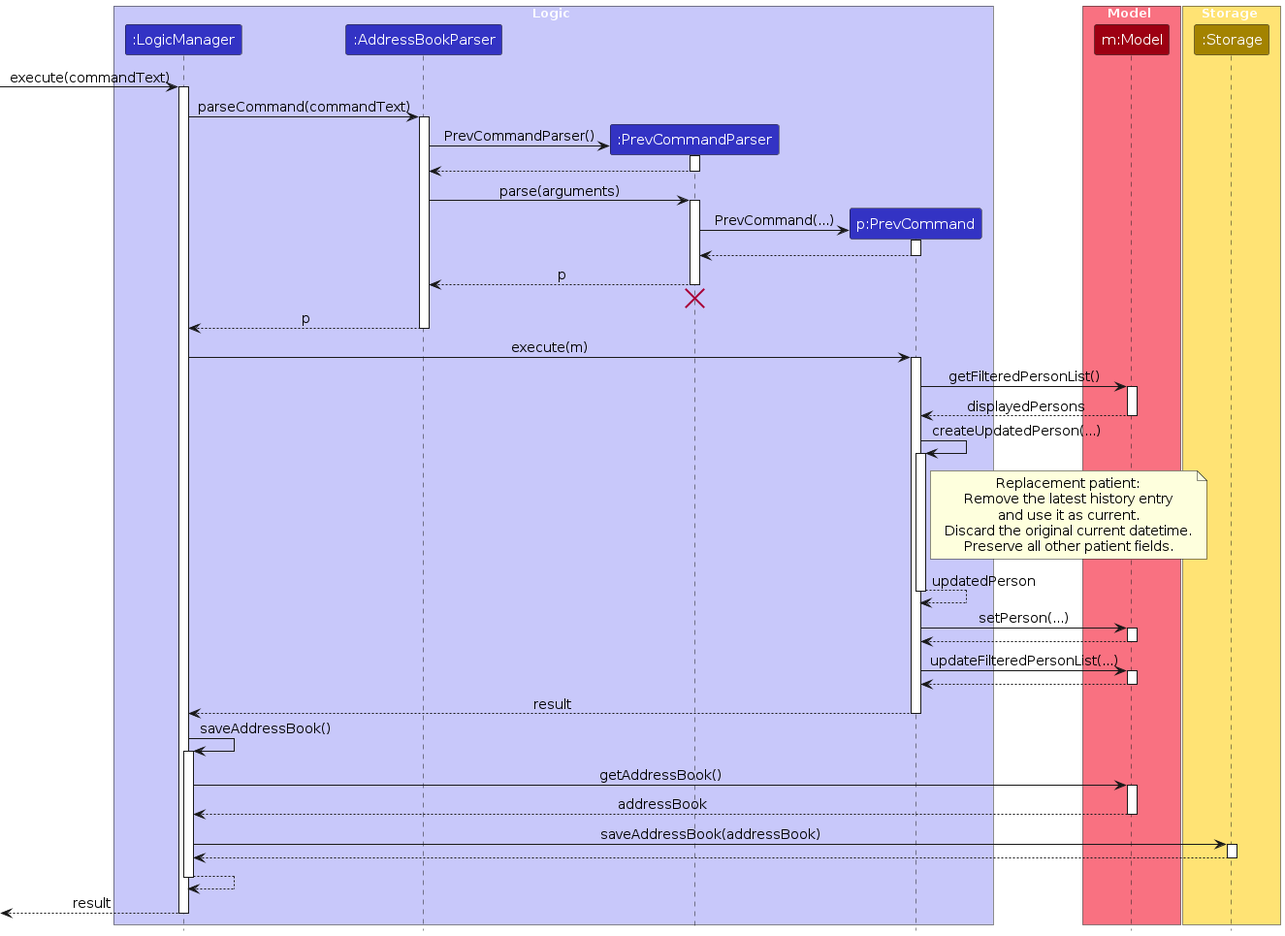
Before: diagrams/PrevSequenceDiagram.png, a diagram exported from PlantUML (AY2627S1-CS2103T-T09-4/tp). Its source is kept beside it as diagrams/PrevSequenceDiagram.puml. The source it was exported from:
```plantuml
@startuml
!include style.puml
skinparam ArrowFontStyle plain

skinparam ParticipantPadding 6
skinparam Participant {
  FontSize 15
  Padding 8
}
skinparam Sequence {
  ArrowFontSize 14
  ParticipantFontSize 15
}
skinparam Note {
  FontSize 14
}

box Logic LOGIC_COLOR_T1
participant ":LogicManager" as LogicManager LOGIC_COLOR
participant ":AddressBookParser" as AddressBookParser LOGIC_COLOR
participant ":PrevCommandParser" as PrevCommandParser LOGIC_COLOR
participant "p:PrevCommand" as PrevCommand LOGIC_COLOR
end box

box Model MODEL_COLOR_T1
participant "m:Model" as Model MODEL_COLOR
end box

box Storage STORAGE_COLOR_T1
participant ":Storage" as Storage STORAGE_COLOR
end box

[-> LogicManager : execute(commandText)
activate LogicManager

LogicManager -> AddressBookParser : parseCommand(commandText)
activate AddressBookParser

create PrevCommandParser
AddressBookParser -> PrevCommandParser : PrevCommandParser()
activate PrevCommandParser
PrevCommandParser --> AddressBookParser
deactivate PrevCommandParser

AddressBookParser -> PrevCommandParser : parse(arguments)
activate PrevCommandParser

create PrevCommand
PrevCommandParser -> PrevCommand : PrevCommand(...)
activate PrevCommand

PrevCommand --> PrevCommandParser
deactivate PrevCommand

PrevCommandParser --> AddressBookParser : p
deactivate PrevCommandParser

PrevCommandParser -[hidden]-> AddressBookParser
destroy PrevCommandParser

AddressBookParser --> LogicManager : p
deactivate AddressBookParser

LogicManager -> PrevCommand : execute(m)
activate PrevCommand

PrevCommand -> Model : getFilteredPersonList()
activate Model
Model --> PrevCommand : displayedPersons
deactivate Model

PrevCommand -> PrevCommand : createUpdatedPerson(...)
activate PrevCommand
note right of PrevCommand
  Replacement patient:
  Remove the latest history entry
  and use it as current.
  Discard the original current datetime.
  Preserve all other patient fields.
end note
PrevCommand --> PrevCommand : updatedPerson
deactivate PrevCommand

PrevCommand -> Model : setPerson(...)
activate Model
Model --> PrevCommand
deactivate Model

PrevCommand -> Model : updateFilteredPersonList(...)
activate Model
Model --> PrevCommand
deactivate Model

PrevCommand --> LogicManager : result
deactivate PrevCommand

LogicManager -> LogicManager : saveAddressBook()
activate LogicManager
LogicManager -> Model : getAddressBook()
activate Model
Model --> LogicManager : addressBook
deactivate Model

LogicManager -> Storage : saveAddressBook(addressBook)
activate Storage
Storage --> LogicManager
deactivate Storage

LogicManager --> LogicManager
deactivate LogicManager

[<--LogicManager : result
deactivate LogicManager
@enduml
```
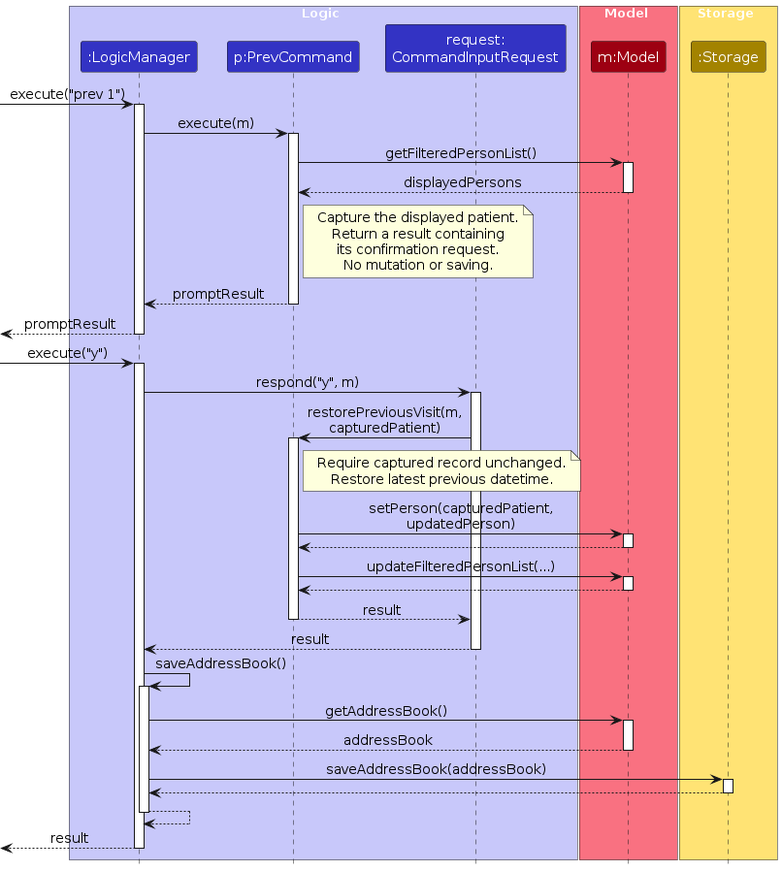
After the change.

Diff of the diagram source:
```diff
@@ -17,9 +17,8 @@
 
 box Logic LOGIC_COLOR_T1
 participant ":LogicManager" as LogicManager LOGIC_COLOR
-participant ":AddressBookParser" as AddressBookParser LOGIC_COLOR
-participant ":PrevCommandParser" as PrevCommandParser LOGIC_COLOR
 participant "p:PrevCommand" as PrevCommand LOGIC_COLOR
+participant "request:\nCommandInputRequest" as InputRequest LOGIC_COLOR
 end box
 
 box Model MODEL_COLOR_T1
@@ -30,69 +29,51 @@
 participant ":Storage" as Storage STORAGE_COLOR
 end box
 
-[-> LogicManager : execute(commandText)
+[-> LogicManager : execute("prev 1")
 activate LogicManager
-
-LogicManager -> AddressBookParser : parseCommand(commandText)
-activate AddressBookParser
-
-create PrevCommandParser
-AddressBookParser -> PrevCommandParser : PrevCommandParser()
-activate PrevCommandParser
-PrevCommandParser --> AddressBookParser
-deactivate PrevCommandParser
-
-AddressBookParser -> PrevCommandParser : parse(arguments)
-activate PrevCommandParser
-
-create PrevCommand
-PrevCommandParser -> PrevCommand : PrevCommand(...)
-activate PrevCommand
-
-PrevCommand --> PrevCommandParser
-deactivate PrevCommand
-
-PrevCommandParser --> AddressBookParser : p
-deactivate PrevCommandParser
-
-PrevCommandParser -[hidden]-> AddressBookParser
-destroy PrevCommandParser
-
-AddressBookParser --> LogicManager : p
-deactivate AddressBookParser
 
 LogicManager -> PrevCommand : execute(m)
 activate PrevCommand
-
 PrevCommand -> Model : getFilteredPersonList()
 activate Model
 Model --> PrevCommand : displayedPersons
 deactivate Model
 
-PrevCommand -> PrevCommand : createUpdatedPerson(...)
+note right of PrevCommand
+  Capture the displayed patient.
+  Return a result containing
+  its confirmation request.
+  No mutation or saving.
+end note
+
+PrevCommand --> LogicManager : promptResult
+deactivate PrevCommand
+[<--LogicManager : promptResult
+deactivate LogicManager
+
+[-> LogicManager : execute("y")
+activate LogicManager
+LogicManager -> InputRequest : respond("y", m)
+activate InputRequest
+InputRequest -> PrevCommand : restorePreviousVisit(m,\ncapturedPatient)
 activate PrevCommand
+
 note right of PrevCommand
-  Replacement patient:
-  Remove the latest history entry
-  and use it as current.
-  Discard the original current datetime.
-  Preserve all other patient fields.
+  Require captured record unchanged.
+  Restore latest previous datetime.
 end note
-PrevCommand --> PrevCommand : updatedPerson
-deactivate PrevCommand
-
-PrevCommand -> Model : setPerson(...)
+PrevCommand -> Model : setPerson(capturedPatient,\nupdatedPerson)
 activate Model
 Model --> PrevCommand
 deactivate Model
-
 PrevCommand -> Model : updateFilteredPersonList(...)
 activate Model
 Model --> PrevCommand
 deactivate Model
-
-PrevCommand --> LogicManager : result
+PrevCommand --> InputRequest : result
 deactivate PrevCommand
+InputRequest --> LogicManager : result
+deactivate InputRequest
 
 LogicManager -> LogicManager : saveAddressBook()
 activate LogicManager
@@ -100,12 +81,10 @@
 activate Model
 Model --> LogicManager : addressBook
 deactivate Model
-
 LogicManager -> Storage : saveAddressBook(addressBook)
 activate Storage
 Storage --> LogicManager
 deactivate Storage
-
 LogicManager --> LogicManager
 deactivate LogicManager
 
```
